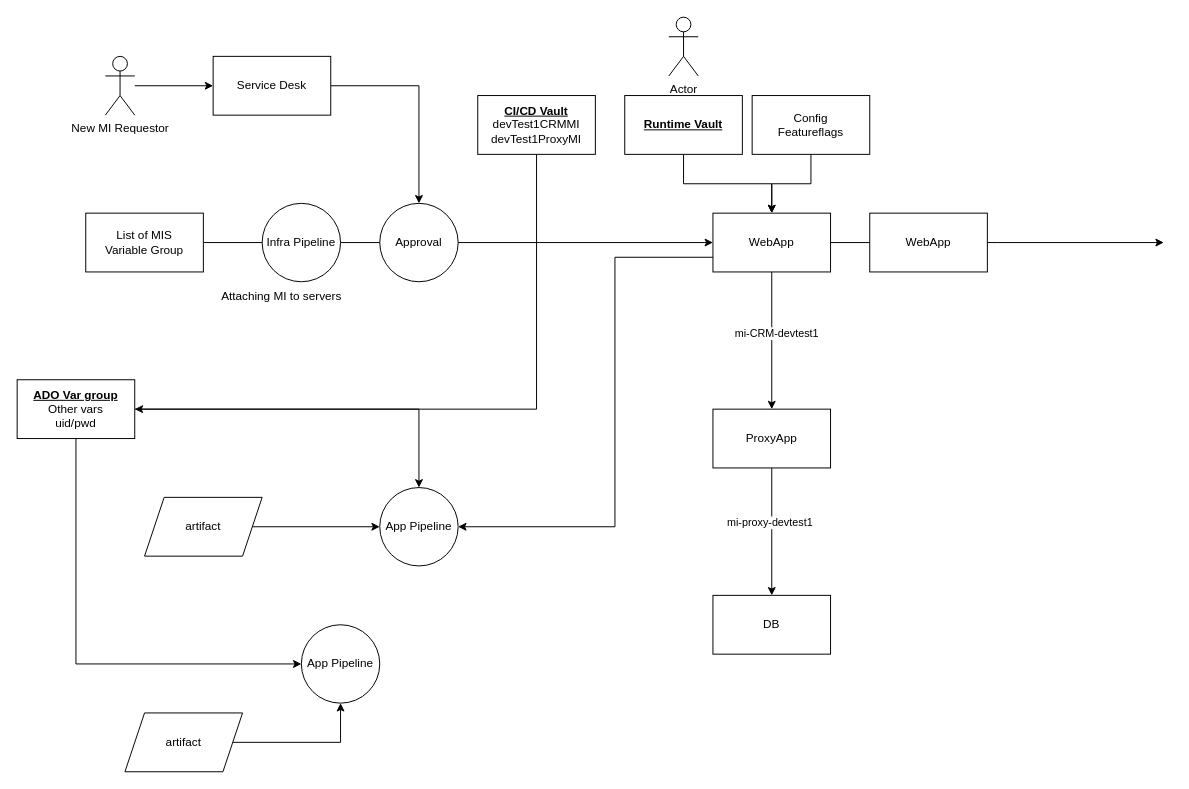
vjavle/invoicecloud keeps this draw.io diagram as infra/VaultConfigMI.drawio. Above is the earlier version. Source tidied: cells renumbered, new cells numbered last; positions are measured from the earlier drawing's top-left corner, leaving out a move shared by most shapes. Both pictures are drawn from the tidied source at 98%, with x=0, y=0 at pixel (17, 17).
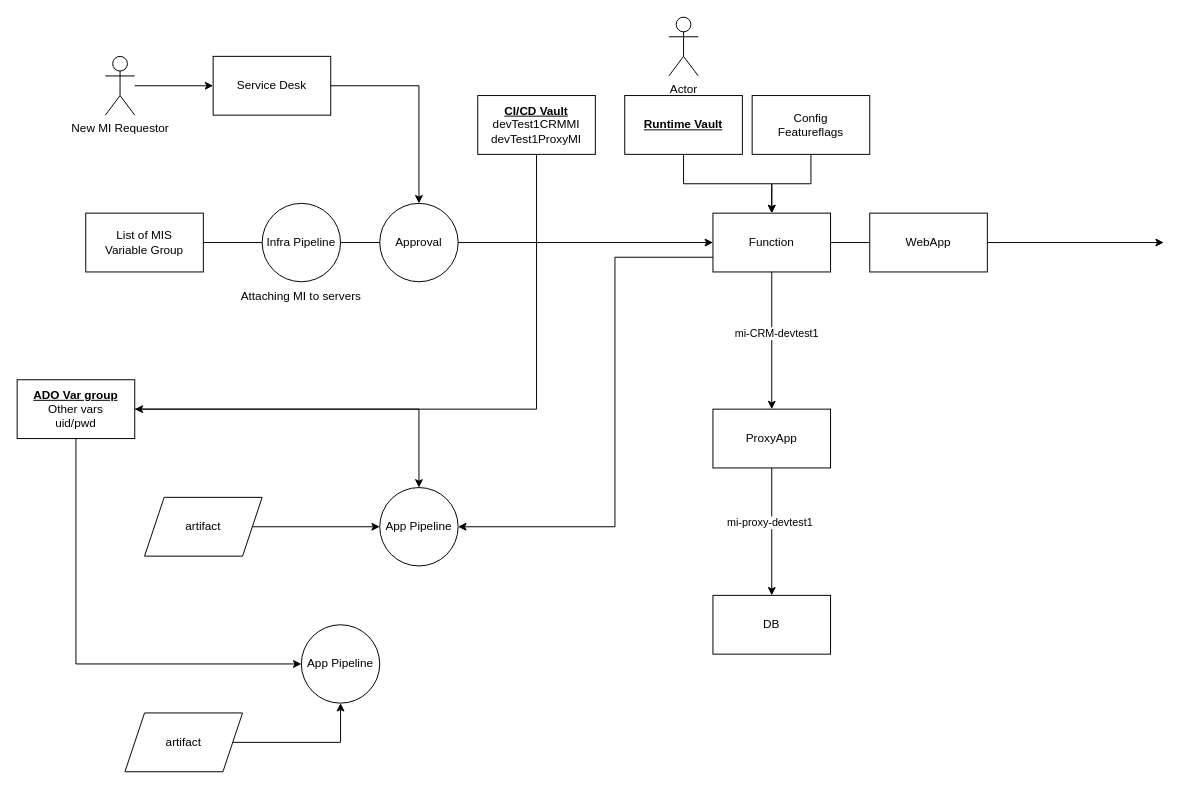
After the change.

What changed in the source:
```diff
@@
-    <mxCell id="3" value="WebApp" style="rounded=0;whiteSpace=wrap;html=1;" parent="1" vertex="1">
+    <mxCell id="3" value="Function" style="rounded=0;whiteSpace=wrap;html=1;" parent="1" vertex="1">
       <mxGeometry x="710" y="200" width="120" height="60" as="geometry" />
     </mxCell>
@@
     <mxCell id="29" value="Attaching MI to servers" style="text;html=1;strokeColor=none;fillColor=none;align=center;verticalAlign=middle;whiteSpace=wrap;rounded=0;" parent="1" vertex="1">
-      <mxGeometry x="195" y="270" width="150" height="30" as="geometry" />
+      <mxGeometry x="215" y="270" width="150" height="30" as="geometry" />
     </mxCell>
```
